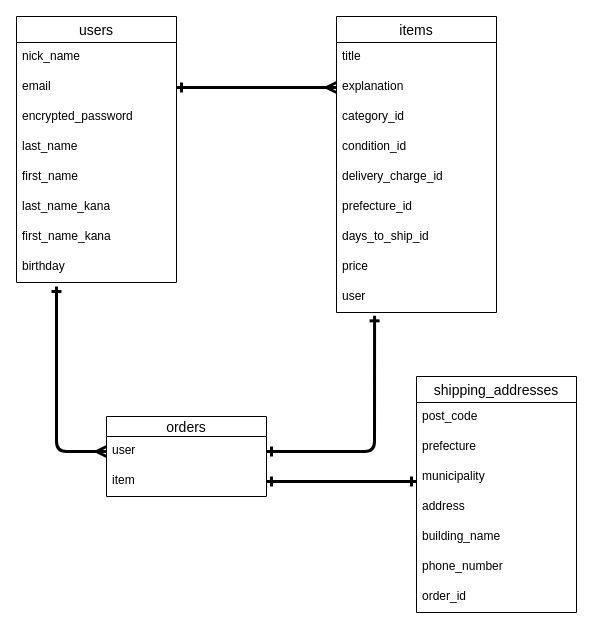
Above: .dio in MitsuoYajima/furima-37224 (draw.io), before the change. Source tidied: cells renumbered, new cells numbered last; positions are measured from the earlier drawing's top-left corner, leaving out a move shared by most shapes. Both pictures are drawn from the tidied source at 100%, with x=0, y=0 at pixel (16, 16).
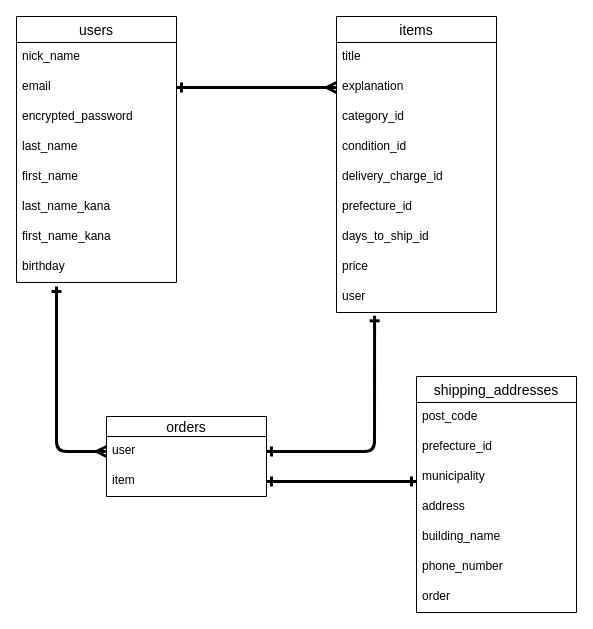
The same page after the edit.

Unchanged cells that the change refers to:
```xml
<mxCell id="27" value="shipping_addresses" style="swimlane;fontStyle=0;horizontal=1;startSize=26;align=center;fontSize=14;" parent="1" vertex="1">
  <mxGeometry x="400" y="360" width="160" height="236" as="geometry" />
</mxCell>
```

Change to the diagram source:
```diff
@@
-    <mxCell id="29" value="prefecture" style="text;strokeColor=none;fillColor=none;spacingLeft=4;spacingRight=4;overflow=hidden;fontSize=12;" parent="27" vertex="1">
+    <mxCell id="29" value="prefecture_id" style="text;strokeColor=none;fillColor=none;spacingLeft=4;spacingRight=4;overflow=hidden;fontSize=12;" parent="27" vertex="1">
       <mxGeometry y="56" width="160" height="30" as="geometry" />
     </mxCell>
@@
-    <mxCell id="34" value="order_id" style="text;strokeColor=none;fillColor=none;spacingLeft=4;spacingRight=4;overflow=hidden;fontSize=12;" parent="27" vertex="1">
+    <mxCell id="34" value="order" style="text;strokeColor=none;fillColor=none;spacingLeft=4;spacingRight=4;overflow=hidden;fontSize=12;" parent="27" vertex="1">
       <mxGeometry y="206" width="160" height="30" as="geometry" />
     </mxCell>
```
